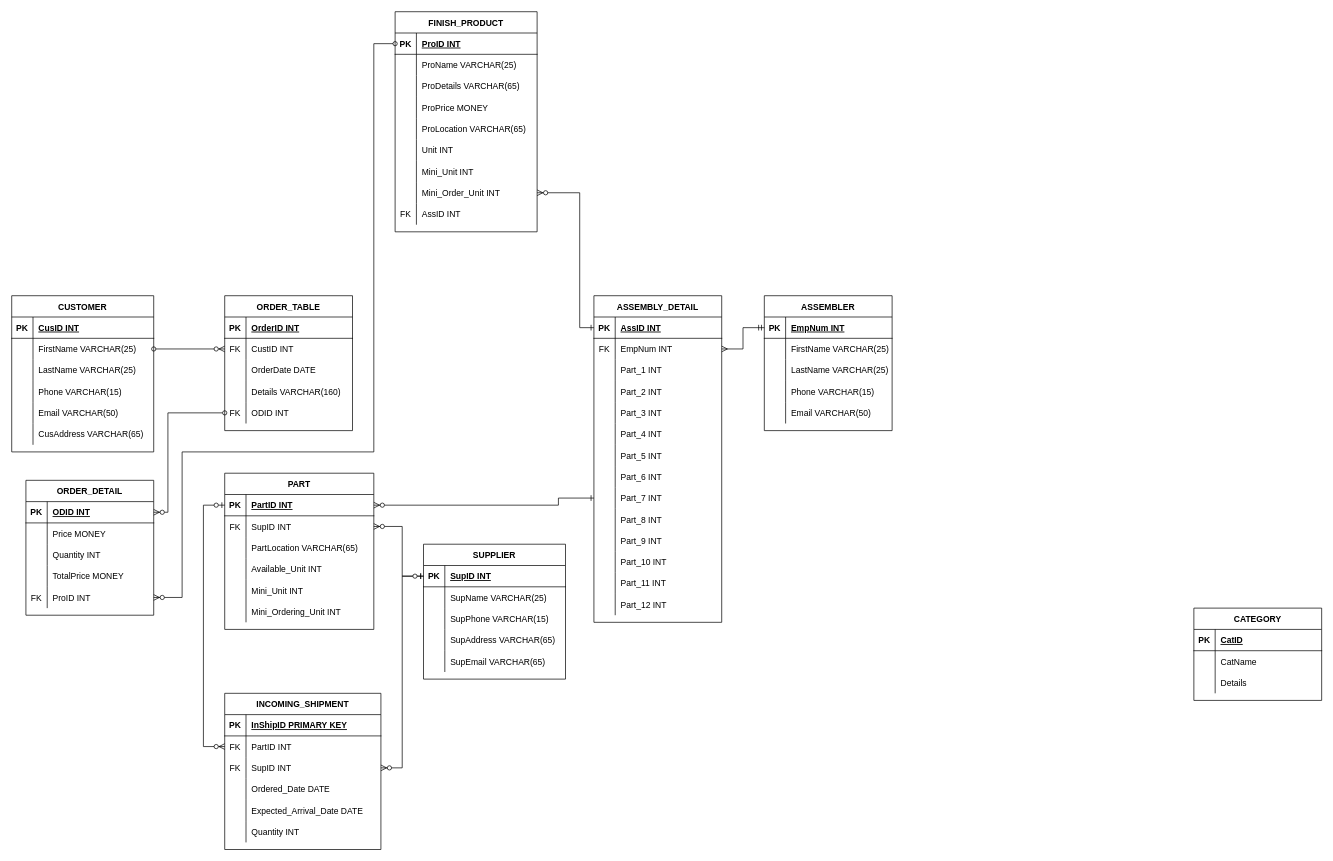
The draw.io diagram Copy of myAssignment1.drawio in trannthany/IT703_Database_FrontEnd, before the edit. Source tidied: cells renumbered, new cells numbered last; positions are measured from the earlier drawing's top-left corner, leaving out a move shared by most shapes. Both pictures are drawn from the tidied source at 71%, with x=0, y=0 at pixel (11, 11).
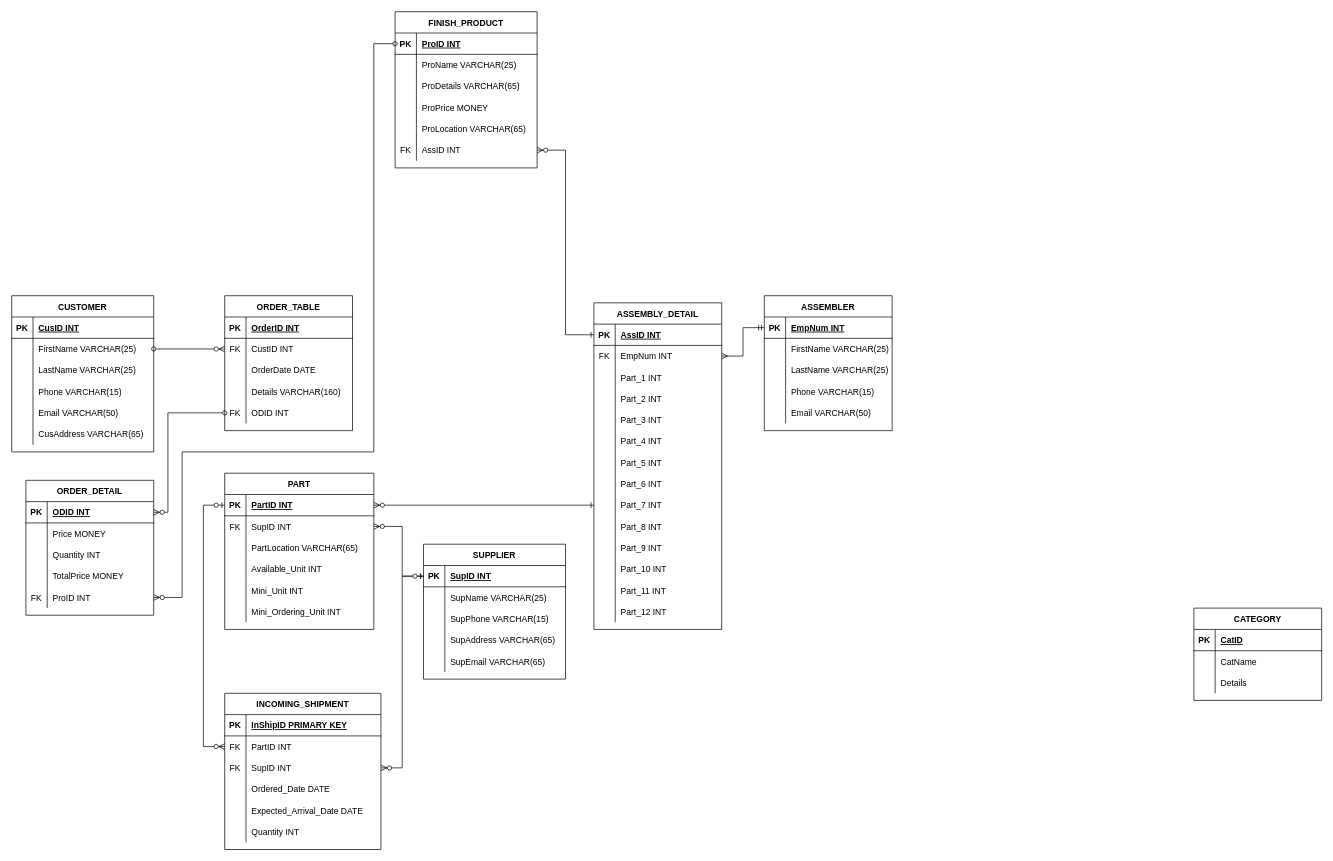
The same diagram, later.

Unchanged cells that the change refers to:
```xml
<mxCell id="38" style="shape=partialRectangle;fillColor=none;top=0;left=0;bottom=1;right=0;points=[[0,0.5],[1,0.5]];portConstraint=eastwest;" parent="37" vertex="1">
  <mxGeometry y="30" width="210" height="30" as="geometry" />
</mxCell>
<mxCell id="100" style="shape=partialRectangle;fillColor=none;top=0;left=0;bottom=1;right=0;points=[[0,0.5],[1,0.5]];portConstraint=eastwest;" parent="99" vertex="1">
  <mxGeometry y="30" width="180" height="30" as="geometry" />
</mxCell>
<mxCell id="124" style="shape=partialRectangle;fillColor=none;top=0;left=0;bottom=0;right=0;points=[[0,0.5],[1,0.5]];portConstraint=eastwest;" parent="99" vertex="1">
  <mxGeometry y="270" width="180" height="30" as="geometry" />
</mxCell>
```

The edit, as a diff of the source:
```diff
@@
     <mxCell id="99" value="ASSEMBLY_DETAIL" style="shape=table;startSize=30;childLayout=tableLayout;rowLines=0;fontStyle=1;align=center;" parent="1" vertex="1">
-      <mxGeometry x="820" y="400" width="180" height="460" as="geometry" />
+      <mxGeometry x="820" y="410" width="180" height="460" as="geometry" />
     </mxCell>
@@
     <mxCell id="161" style="edgeStyle=orthogonalEdgeStyle;rounded=0;jettySize=auto;html=1;exitX=1;exitY=0.5;exitDx=0;exitDy=0;entryX=0;entryY=0.5;entryDx=0;entryDy=0;startArrow=ERzeroToMany;startFill=1;endArrow=ERone;endFill=0;" parent="1" edge="1" source="38" target="124">
       <mxGeometry relative="1" as="geometry">
         <Array as="points">
-          <mxPoint x="770" y="695" />
-          <mxPoint x="770" y="685" />
+          <mxPoint x="790" y="695" />
+          <mxPoint x="790" y="695" />
         </Array>
       </mxGeometry>
     </mxCell>
     <mxCell id="162" value="FINISH_PRODUCT" style="shape=table;startSize=30;childLayout=tableLayout;rowLines=0;fontStyle=1;align=center;" parent="1" vertex="1">
-      <mxGeometry x="540" width="200" height="310" as="geometry" />
+      <mxGeometry x="540" width="200" height="220" as="geometry" />
     </mxCell>
@@
-    <mxCell id="178" style="shape=partialRectangle;fillColor=none;top=0;left=0;bottom=0;right=0;" parent="162" vertex="1">
-      <mxGeometry y="180" width="200" height="30" as="geometry" />
-    </mxCell>
-    <mxCell id="179" style="shape=partialRectangle;fillColor=none;top=0;left=0;bottom=0;right=0;overflow=hidden;" parent="178" vertex="1">
-      <mxGeometry width="30" height="30" as="geometry" />
-    </mxCell>
-    <mxCell id="180" value="Unit INT" style="shape=partialRectangle;fillColor=none;top=0;left=0;bottom=0;right=0;align=left;spacingLeft=6;overflow=hidden;" parent="178" vertex="1">
-      <mxGeometry x="30" width="170" height="30" as="geometry" />
-    </mxCell>
-    <mxCell id="181" style="shape=partialRectangle;fillColor=none;top=0;left=0;bottom=0;right=0;" parent="162" vertex="1">
-      <mxGeometry y="210" width="200" height="30" as="geometry" />
-    </mxCell>
-    <mxCell id="182" style="shape=partialRectangle;fillColor=none;top=0;left=0;bottom=0;right=0;overflow=hidden;" parent="181" vertex="1">
-      <mxGeometry width="30" height="30" as="geometry" />
-    </mxCell>
-    <mxCell id="183" value="Mini_Unit INT" style="shape=partialRectangle;fillColor=none;top=0;left=0;bottom=0;right=0;align=left;spacingLeft=6;overflow=hidden;" parent="181" vertex="1">
-      <mxGeometry x="30" width="170" height="30" as="geometry" />
-    </mxCell>
-    <mxCell id="184" style="shape=partialRectangle;fillColor=none;top=0;left=0;bottom=0;right=0;points=[[0,0.5],[1,0.5]];portConstraint=eastwest;" parent="162" vertex="1">
-      <mxGeometry y="240" width="200" height="30" as="geometry" />
-    </mxCell>
-    <mxCell id="185" style="shape=partialRectangle;fillColor=none;top=0;left=0;bottom=0;right=0;overflow=hidden;" parent="184" vertex="1">
-      <mxGeometry width="30" height="30" as="geometry" />
-    </mxCell>
-    <mxCell id="186" value="Mini_Order_Unit INT" style="shape=partialRectangle;fillColor=none;top=0;left=0;bottom=0;right=0;align=left;spacingLeft=6;overflow=hidden;" parent="184" vertex="1">
-      <mxGeometry x="30" width="170" height="30" as="geometry" />
-    </mxCell>
     <mxCell id="187" style="shape=partialRectangle;fillColor=none;top=0;left=0;bottom=0;right=0;" parent="162" vertex="1">
-      <mxGeometry y="270" width="200" height="30" as="geometry" />
+      <mxGeometry y="180" width="200" height="30" as="geometry" />
     </mxCell>
@@
-    <mxCell id="190" style="edgeStyle=orthogonalEdgeStyle;rounded=0;jettySize=auto;html=1;exitX=1;exitY=0.5;exitDx=0;exitDy=0;entryX=0;entryY=0.5;entryDx=0;entryDy=0;startArrow=ERzeroToMany;startFill=1;endArrow=ERone;endFill=0;" parent="1" edge="1" source="184" target="100">
+    <mxCell id="190" style="edgeStyle=orthogonalEdgeStyle;rounded=0;jettySize=auto;html=1;exitX=1;exitY=0.5;exitDx=0;exitDy=0;entryX=0;entryY=0.5;entryDx=0;entryDy=0;startArrow=ERzeroToMany;startFill=1;endArrow=ERone;endFill=0;" parent="1" edge="1" target="100">
       <mxGeometry relative="1" as="geometry">
+        <mxPoint x="740" y="195" as="sourcePoint" />
         <Array as="points">
-          <mxPoint x="800" y="255" />
-          <mxPoint x="800" y="445" />
+          <mxPoint x="780" y="195" />
+          <mxPoint x="780" y="455" />
         </Array>
       </mxGeometry>
     </mxCell>
```
